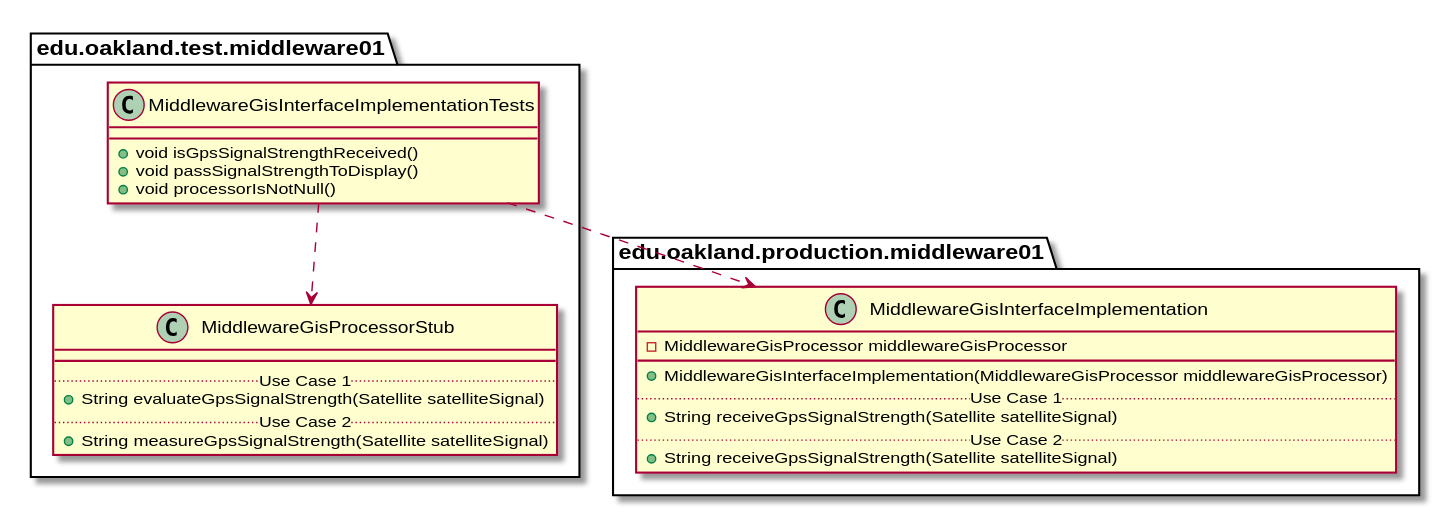
The PlantUML diagram docs/uml-class-diagrams/middleware01/test/MiddlewareGisInterfaceImplementationTests/MiddlewareGisInterfaceImplementationTests_DirectDependencies.svg in andrewdimmer/csi-3370-software-project, before a commit. Its diagram source:
```plantuml
@startuml MiddlewareGisInterfaceImplementationTests_DirectDependencies


package edu.oakland.test.middleware01 {
  class MiddlewareGisInterfaceImplementationTests {
    + void isGpsSignalStrengthReceived()
    + void passSignalStrengthToDisplay()
    + void processorIsNotNull()
  }
}



package edu.oakland.test.middleware01 {
    class MiddlewareGisProcessorStub {
        __
        .. Use Case 1 ..
        + String evaluateGpsSignalStrength(Satellite satelliteSignal)
        .. Use Case 2 ..
        + String measureGpsSignalStrength(Satellite satelliteSignal)
    }
}

MiddlewareGisInterfaceImplementationTests ..> MiddlewareGisProcessorStub


package edu.oakland.production.middleware01 {
    class MiddlewareGisInterfaceImplementation {
        - MiddlewareGisProcessor middlewareGisProcessor
        __
        + MiddlewareGisInterfaceImplementation(MiddlewareGisProcessor middlewareGisProcessor)
        .. Use Case 1 ..
        + String receiveGpsSignalStrength(Satellite satelliteSignal)
        .. Use Case 2 ..
        + String receiveGpsSignalStrength(Satellite satelliteSignal)
    }
}

MiddlewareGisInterfaceImplementationTests ..> MiddlewareGisInterfaceImplementation



@enduml
```
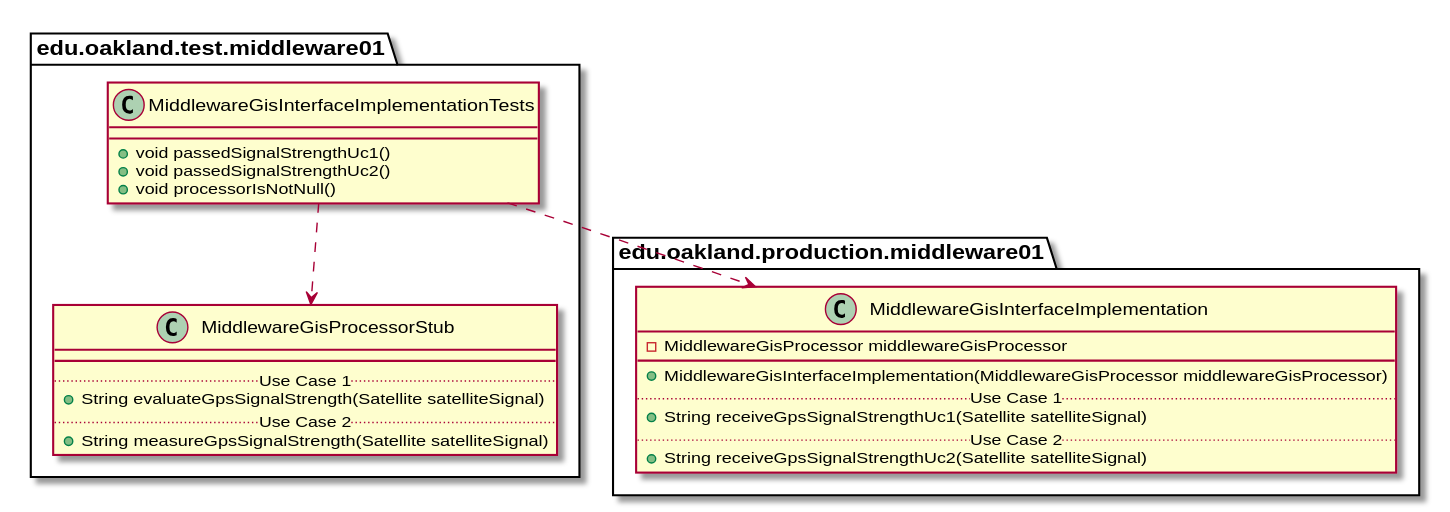
Above is the later version.

Change to the diagram source:
```diff
@@ -3,8 +3,8 @@
 
 package edu.oakland.test.middleware01 {
   class MiddlewareGisInterfaceImplementationTests {
-    + void isGpsSignalStrengthReceived()
-    + void passSignalStrengthToDisplay()
+    + void passedSignalStrengthUc1()
+    + void passedSignalStrengthUc2()
     + void processorIsNotNull()
   }
 }
@@ -30,9 +30,9 @@
         __
         + MiddlewareGisInterfaceImplementation(MiddlewareGisProcessor middlewareGisProcessor)
         .. Use Case 1 ..
-        + String receiveGpsSignalStrength(Satellite satelliteSignal)
+        + String receiveGpsSignalStrengthUc1(Satellite satelliteSignal)
         .. Use Case 2 ..
-        + String receiveGpsSignalStrength(Satellite satelliteSignal)
+        + String receiveGpsSignalStrengthUc2(Satellite satelliteSignal)
     }
 }
 
```
